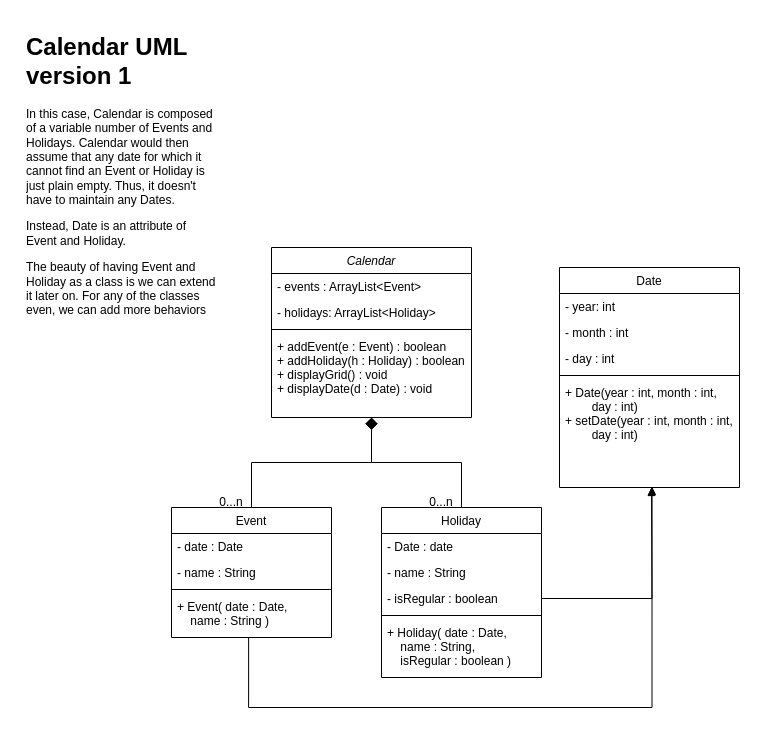
arielampol/S12_Demo keeps this draw.io diagram as Calendar UML v1.drawio. Above is the earlier version. Source tidied: cells renumbered, new cells numbered last; positions are measured from the earlier drawing's top-left corner, leaving out a move shared by most shapes. Both pictures are drawn from the tidied source at 100%, with x=0, y=0 at pixel (21, 27).
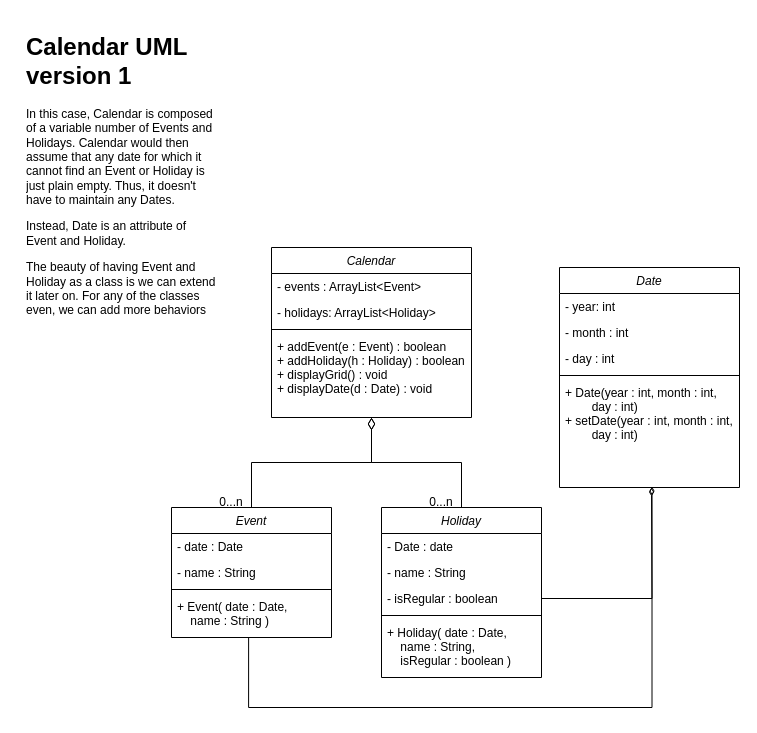
The same page after the edit.

The change refers to these unchanged cells:
```xml
<mxCell id="2" value="Calendar" style="swimlane;fontStyle=2;align=center;verticalAlign=top;horizontal=1;startSize=26;rounded=0;shadow=0;strokeWidth=1;" parent="1" vertex="1">
  <mxGeometry x="250" y="220" width="200" height="170" as="geometry" />
</mxCell>
<mxCell id="11" value="+ Event( date : Date,&#10;    name : String )" style="text;align=left;verticalAlign=top;spacingLeft=4;spacingRight=4;overflow=hidden;points=[[0,0.5],[1,0.5]];portConstraint=eastwest;fontStyle=0;" parent="7" vertex="1">
  <mxGeometry y="86" width="160" height="44" as="geometry" />
</mxCell>
<mxCell id="16" value="- isRegular : boolean" style="text;align=left;verticalAlign=top;spacingLeft=4;spacingRight=4;overflow=hidden;points=[[0,0.5],[1,0.5]];portConstraint=eastwest;rounded=0;shadow=0;html=0;" parent="13" vertex="1">
  <mxGeometry y="78" width="160" height="26" as="geometry" />
</mxCell>
<mxCell id="25" value="+ Date(year : int, month : int,&#10;        day : int)&#10;+ setDate(year : int, month : int,&#10;        day : int)&#10;" style="text;align=left;verticalAlign=top;spacingLeft=4;spacingRight=4;overflow=hidden;points=[[0,0.5],[1,0.5]];portConstraint=eastwest;" parent="20" vertex="1">
  <mxGeometry y="112" width="180" height="108" as="geometry" />
</mxCell>
```

Change to the diagram source:
```diff
@@
-    <mxCell id="7" value="Event" style="swimlane;fontStyle=0;align=center;verticalAlign=top;horizontal=1;startSize=26;rounded=0;shadow=0;strokeWidth=1;" parent="1" vertex="1">
+    <mxCell id="7" value="Event" style="swimlane;fontStyle=2;align=center;verticalAlign=top;horizontal=1;startSize=26;rounded=0;shadow=0;strokeWidth=1;" parent="1" vertex="1">
       <mxGeometry x="150" y="480" width="160" height="130" as="geometry" />
     </mxCell>
@@
-    <mxCell id="12" style="endArrow=diamond;endSize=10;endFill=1;shadow=0;strokeWidth=1;rounded=0;edgeStyle=elbowEdgeStyle;elbow=vertical;" parent="1" edge="1" source="7" target="2">
+    <mxCell id="12" style="endArrow=diamondThin;endSize=10;endFill=0;shadow=0;strokeWidth=1;rounded=0;edgeStyle=elbowEdgeStyle;elbow=vertical;" parent="1" edge="1" source="7" target="2">
       <mxGeometry relative="1" as="geometry" />
     </mxCell>
-    <mxCell id="13" value="Holiday" style="swimlane;fontStyle=0;align=center;verticalAlign=top;horizontal=1;startSize=26;rounded=0;shadow=0;strokeWidth=1;" parent="1" vertex="1">
+    <mxCell id="13" value="Holiday" style="swimlane;fontStyle=2;align=center;verticalAlign=top;horizontal=1;startSize=26;rounded=0;shadow=0;strokeWidth=1;" parent="1" vertex="1">
       <mxGeometry x="360" y="480" width="160" height="170" as="geometry" />
     </mxCell>
@@
-    <mxCell id="19" style="endArrow=diamond;endSize=10;endFill=1;shadow=0;strokeWidth=1;rounded=0;edgeStyle=elbowEdgeStyle;elbow=vertical;" parent="1" edge="1" source="13" target="2">
+    <mxCell id="19" style="endArrow=diamondThin;endSize=10;endFill=0;shadow=0;strokeWidth=1;rounded=0;edgeStyle=elbowEdgeStyle;elbow=vertical;" parent="1" edge="1" source="13" target="2">
       <mxGeometry relative="1" as="geometry" />
     </mxCell>
-    <mxCell id="20" value="Date" style="swimlane;fontStyle=0;align=center;verticalAlign=top;horizontal=1;startSize=26;rounded=0;shadow=0;strokeWidth=1;" parent="1" vertex="1">
+    <mxCell id="20" value="Date" style="swimlane;fontStyle=2;align=center;verticalAlign=top;horizontal=1;startSize=26;rounded=0;shadow=0;strokeWidth=1;" parent="1" vertex="1">
       <mxGeometry x="538" y="240" width="180" height="220" as="geometry" />
     </mxCell>
@@
-    <mxCell id="29" style="edgeStyle=orthogonalEdgeStyle;rounded=0;jettySize=auto;html=1;exitX=0.482;exitY=0.99;exitDx=0;exitDy=0;entryX=0.514;entryY=0.991;entryDx=0;entryDy=0;entryPerimeter=0;endArrow=block;endFill=1;exitPerimeter=0;" parent="1" edge="1" source="11" target="25">
+    <mxCell id="29" style="edgeStyle=orthogonalEdgeStyle;rounded=0;jettySize=auto;html=1;exitX=0.482;exitY=0.99;exitDx=0;exitDy=0;entryX=0.514;entryY=0.991;entryDx=0;entryDy=0;entryPerimeter=0;endArrow=diamondThin;endFill=0;exitPerimeter=0;" parent="1" edge="1" source="11" target="25">
       <mxGeometry relative="1" as="geometry">
         <Array as="points">
           <mxPoint x="227" y="680" />
           <mxPoint x="631" y="680" />
         </Array>
       </mxGeometry>
     </mxCell>
-    <mxCell id="30" style="edgeStyle=orthogonalEdgeStyle;rounded=0;jettySize=auto;html=1;exitX=1;exitY=0.5;exitDx=0;exitDy=0;endArrow=block;endFill=1;" parent="1" edge="1" source="16">
+    <mxCell id="30" style="edgeStyle=orthogonalEdgeStyle;rounded=0;jettySize=auto;html=1;exitX=1;exitY=0.5;exitDx=0;exitDy=0;endArrow=diamondThin;endFill=0;startSize=11;" parent="1" edge="1" source="16">
       <mxGeometry relative="1" as="geometry">
         <mxPoint x="630" y="460" as="targetPoint" />
       </mxGeometry>
     </mxCell>
```
